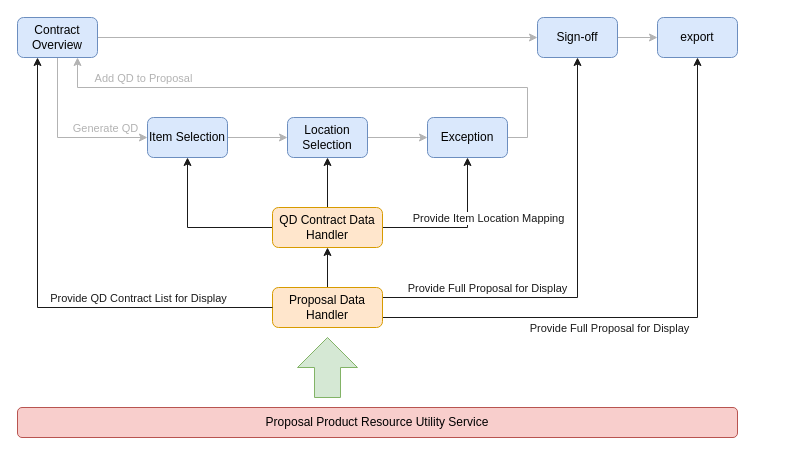
Before: UI - Proposal Resource Utility Service.drawio in dajin-kingland/UMLdiagrams, a draw.io diagram. Source tidied: cells renumbered, new cells numbered last; positions are measured from the earlier drawing's top-left corner, leaving out a move shared by most shapes. Both pictures are drawn from the tidied source at 100%, with x=0, y=0 at pixel (17, 17).
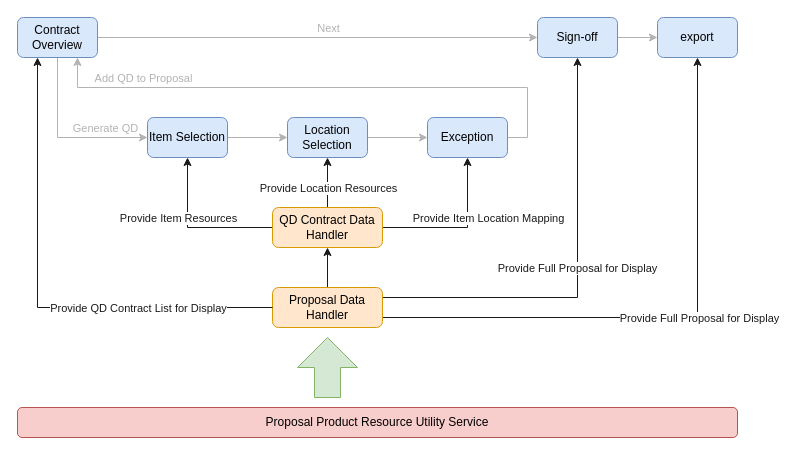
The same page after the edit.

The change refers to these unchanged cells:
```xml
<mxCell id="3" style="edgeStyle=orthogonalEdgeStyle;rounded=0;jettySize=auto;html=1;entryX=0;entryY=0.5;entryDx=0;entryDy=0;strokeColor=#B3B3B3;" parent="1" edge="1" source="6" target="15">
  <mxGeometry relative="1" as="geometry" />
</mxCell>
<mxCell id="10" value="Location Selection" style="rounded=1;whiteSpace=wrap;html=1;fillColor=#dae8fc;strokeColor=#6c8ebf;" parent="1" vertex="1">
  <mxGeometry x="270" y="100" width="80" height="40" as="geometry" />
</mxCell>
<mxCell id="17" style="edgeStyle=orthogonalEdgeStyle;rounded=0;jettySize=auto;html=1;strokeColor=#1A1A1A;exitX=1;exitY=0.25;exitDx=0;exitDy=0;" parent="1" edge="1" source="22" target="15">
  <mxGeometry relative="1" as="geometry" />
</mxCell>
<mxCell id="19" style="edgeStyle=orthogonalEdgeStyle;rounded=0;jettySize=auto;html=1;entryX=0.5;entryY=1;entryDx=0;entryDy=0;strokeColor=#1A1A1A;exitX=1;exitY=0.75;exitDx=0;exitDy=0;" parent="1" edge="1" source="22" target="16">
  <mxGeometry relative="1" as="geometry" />
</mxCell>
<mxCell id="26" style="edgeStyle=orthogonalEdgeStyle;rounded=0;jettySize=auto;html=1;entryX=0.5;entryY=1;entryDx=0;entryDy=0;strokeColor=#1A1A1A;" parent="1" edge="1" source="27" target="8">
  <mxGeometry relative="1" as="geometry" />
</mxCell>
<mxCell id="27" value="QD Contract Data Handler" style="rounded=1;whiteSpace=wrap;html=1;fillColor=#ffe6cc;strokeColor=#d79b00;" parent="1" vertex="1">
  <mxGeometry x="255" y="190" width="110" height="40" as="geometry" />
</mxCell>
<mxCell id="28" style="edgeStyle=orthogonalEdgeStyle;rounded=0;jettySize=auto;html=1;exitX=0;exitY=0.5;exitDx=0;exitDy=0;fontColor=#1A1A1A;strokeColor=#1A1A1A;entryX=0.25;entryY=1;entryDx=0;entryDy=0;" parent="1" edge="1" source="22" target="6">
  <mxGeometry relative="1" as="geometry" />
</mxCell>
```

The edit, as a diff of the source:
```diff
@@
+    <mxCell id="31" value="Next" style="edgeLabel;html=1;align=center;verticalAlign=middle;fontColor=#B3B3B3;" parent="3" vertex="1">
+      <mxGeometry x="0.21" y="2" relative="1" as="geometry">
+        <mxPoint x="-36" y="-8" as="offset" />
+      </mxGeometry>
+    </mxCell>
@@
     <mxCell id="18" value="Provide Full Proposal for Display" style="edgeLabel;html=1;align=center;verticalAlign=middle;fontColor=#1A1A1A;" parent="17" vertex="1">
       <mxGeometry x="-0.31" y="2" relative="1" as="geometry">
-        <mxPoint x="-46" y="-8" as="offset" />
+        <mxPoint x="44" y="-28" as="offset" />
       </mxGeometry>
     </mxCell>
@@
     <mxCell id="20" value="Provide Full Proposal for Display" style="edgeLabel;html=1;align=center;verticalAlign=middle;fontColor=#1A1A1A;" parent="19" vertex="1">
       <mxGeometry x="-0.27" relative="1" as="geometry">
-        <mxPoint x="16" y="10" as="offset" />
+        <mxPoint x="106" as="offset" />
       </mxGeometry>
     </mxCell>
@@
     <mxCell id="23" style="edgeStyle=orthogonalEdgeStyle;rounded=0;jettySize=auto;html=1;strokeColor=#1A1A1A;" parent="1" edge="1" source="27" target="10">
-      <mxGeometry relative="1" as="geometry" />
+      <mxGeometry relative="1" as="geometry">
+        <Array as="points">
+          <mxPoint x="310" y="170" />
+          <mxPoint x="310" y="170" />
+        </Array>
+      </mxGeometry>
     </mxCell>
+    <mxCell id="32" value="Provide Location Resources" style="edgeLabel;html=1;align=center;verticalAlign=middle;fontColor=#1A1A1A;" parent="23" vertex="1">
+      <mxGeometry x="0.22" y="-2" relative="1" as="geometry">
+        <mxPoint x="-2" y="11" as="offset" />
+      </mxGeometry>
+    </mxCell>
@@
+    <mxCell id="33" value="Provide Item Resources" style="edgeLabel;html=1;align=center;verticalAlign=middle;fontColor=#1A1A1A;" parent="26" vertex="1">
+      <mxGeometry x="0.29" y="1" relative="1" as="geometry">
+        <mxPoint x="-9" y="5" as="offset" />
+      </mxGeometry>
+    </mxCell>
@@
     <mxCell id="29" value="Provide QD Contract List for Display" style="edgeLabel;html=1;align=center;verticalAlign=middle;fontColor=#1A1A1A;" parent="28" vertex="1">
       <mxGeometry x="-0.19" y="-2" relative="1" as="geometry">
-        <mxPoint x="61" y="-8" as="offset" />
+        <mxPoint x="61" y="2" as="offset" />
       </mxGeometry>
     </mxCell>
```
